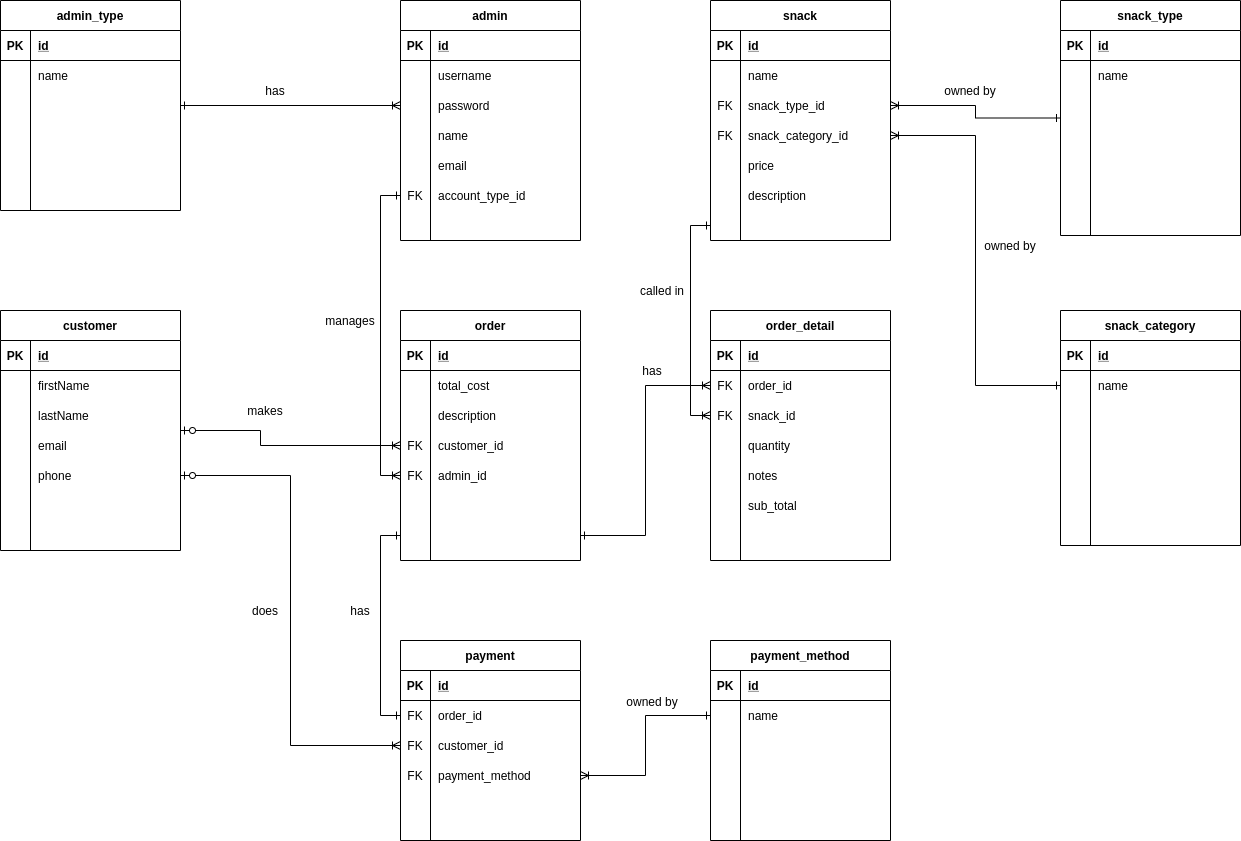
Earlier version of the draw.io export ERD Cafe.png (kevingowtama/iseng-cafe-pos). Source tidied: cells renumbered, new cells last; positions are measured from the earlier drawing's top-left corner, leaving out a move shared by most shapes.
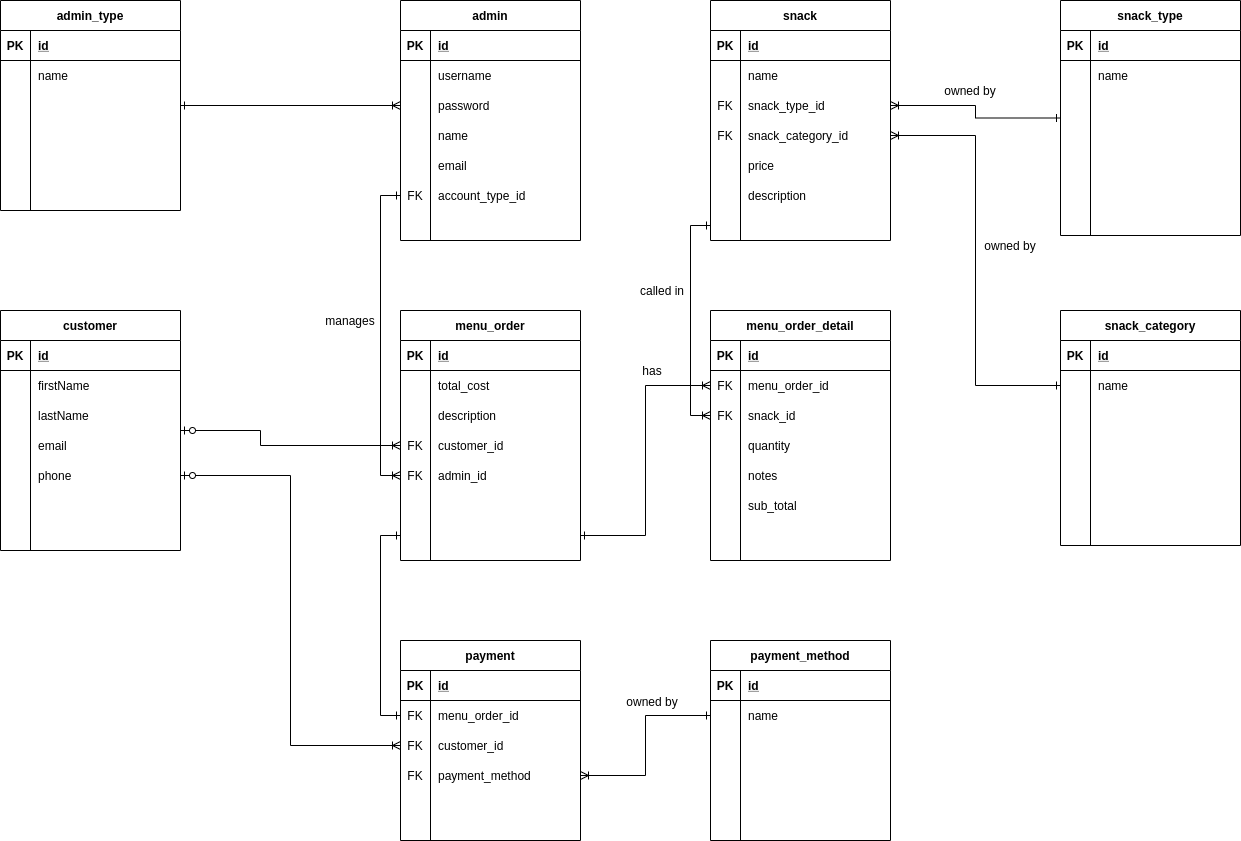
After the commit.

Change to the diagram source:
```diff
@@ -68,7 +68,7 @@
     <mxCell id="23" style="shape=partialRectangle;fillColor=none;top=0;left=0;bottom=0;right=0;align=left;spacingLeft=6;overflow=hidden;" parent="21" vertex="1">
       <mxGeometry x="30" width="150" height="30" as="geometry" />
     </mxCell>
-    <mxCell id="24" value="order" style="shape=table;startSize=30;rowLines=0;fontStyle=1;align=center;" parent="1" vertex="1">
+    <mxCell id="24" value="menu_order" style="shape=table;startSize=30;rowLines=0;fontStyle=1;align=center;" parent="1" vertex="1">
       <mxGeometry x="400" y="310" width="180" height="250" as="geometry" />
     </mxCell>
     <mxCell id="25" style="shape=partialRectangle;fillColor=none;top=0;left=0;bottom=1;right=0;" parent="24" vertex="1">
@@ -134,7 +134,7 @@
     <mxCell id="45" style="shape=partialRectangle;fillColor=none;top=0;left=0;bottom=0;right=0;align=left;spacingLeft=6;overflow=hidden;" parent="43" vertex="1">
       <mxGeometry x="30" width="150" height="30" as="geometry" />
     </mxCell>
-    <mxCell id="46" value="order_detail" style="shape=table;startSize=30;rowLines=0;fontStyle=1;align=center;" parent="1" vertex="1">
+    <mxCell id="46" value="menu_order_detail" style="shape=table;startSize=30;rowLines=0;fontStyle=1;align=center;" parent="1" vertex="1">
       <mxGeometry x="710" y="310" width="180" height="250" as="geometry" />
     </mxCell>
     <mxCell id="47" style="shape=partialRectangle;fillColor=none;top=0;left=0;bottom=1;right=0;" parent="46" vertex="1">
@@ -152,7 +152,7 @@
     <mxCell id="51" value="FK" style="shape=partialRectangle;fillColor=none;top=0;left=0;bottom=0;right=0;overflow=hidden;" parent="50" vertex="1">
       <mxGeometry width="30" height="30" as="geometry" />
     </mxCell>
-    <mxCell id="52" value="order_id" style="shape=partialRectangle;fillColor=none;top=0;left=0;bottom=0;right=0;align=left;spacingLeft=6;overflow=hidden;" parent="50" vertex="1">
+    <mxCell id="52" value="menu_order_id" style="shape=partialRectangle;fillColor=none;top=0;left=0;bottom=0;right=0;align=left;spacingLeft=6;overflow=hidden;" parent="50" vertex="1">
       <mxGeometry x="30" width="150" height="30" as="geometry" />
     </mxCell>
     <mxCell id="53" style="shape=partialRectangle;fillColor=none;top=0;left=0;bottom=0;right=0;points=[[0,0.5],[1,0.5]];portConstraint=eastwest;" parent="46" vertex="1">
@@ -451,9 +451,6 @@
     <mxCell id="149" style="shape=partialRectangle;fillColor=none;top=0;left=0;bottom=0;right=0;align=left;spacingLeft=6;overflow=hidden;" parent="147" vertex="1">
       <mxGeometry x="30" width="150" height="30" as="geometry" />
     </mxCell>
-    <mxCell id="150" value="makes" style="text;html=1;strokeColor=none;fillColor=none;align=center;verticalAlign=middle;whiteSpace=wrap;rounded=0;" parent="1" vertex="1">
-      <mxGeometry x="245" y="400" width="40" height="20" as="geometry" />
-    </mxCell>
     <mxCell id="151" style="edgeStyle=orthogonalEdgeStyle;rounded=0;jettySize=auto;html=1;startArrow=ERone;startFill=0;endArrow=ERoneToMany;endFill=0;entryX=0;entryY=0.5;entryDx=0;entryDy=0;" parent="1" edge="1" source="43" target="50">
       <mxGeometry relative="1" as="geometry" />
     </mxCell>
@@ -472,9 +469,6 @@
     <mxCell id="156" value="manages" style="text;html=1;strokeColor=none;fillColor=none;align=center;verticalAlign=middle;whiteSpace=wrap;rounded=0;" parent="1" vertex="1">
       <mxGeometry x="320" y="310" width="60" height="20" as="geometry" />
     </mxCell>
-    <mxCell id="157" value="has" style="text;html=1;strokeColor=none;fillColor=none;align=center;verticalAlign=middle;whiteSpace=wrap;rounded=0;" parent="1" vertex="1">
-      <mxGeometry x="245" y="80" width="60" height="20" as="geometry" />
-    </mxCell>
     <mxCell id="158" value="owned by" style="text;html=1;strokeColor=none;fillColor=none;align=center;verticalAlign=middle;whiteSpace=wrap;rounded=0;" parent="1" vertex="1">
       <mxGeometry x="940" y="80" width="60" height="20" as="geometry" />
     </mxCell>
@@ -496,7 +490,7 @@
     <mxCell id="164" value="FK" style="shape=partialRectangle;fillColor=none;top=0;left=0;bottom=0;right=0;overflow=hidden;" parent="163" vertex="1">
       <mxGeometry width="30" height="30" as="geometry" />
     </mxCell>
-    <mxCell id="165" value="order_id" style="shape=partialRectangle;fillColor=none;top=0;left=0;bottom=0;right=0;align=left;spacingLeft=6;overflow=hidden;" parent="163" vertex="1">
+    <mxCell id="165" value="menu_order_id" style="shape=partialRectangle;fillColor=none;top=0;left=0;bottom=0;right=0;align=left;spacingLeft=6;overflow=hidden;" parent="163" vertex="1">
       <mxGeometry x="30" width="150" height="30" as="geometry" />
     </mxCell>
     <mxCell id="166" style="shape=partialRectangle;fillColor=none;top=0;left=0;bottom=0;right=0;points=[[0,0.5],[1,0.5]];portConstraint=eastwest;" parent="159" vertex="1">
@@ -532,12 +526,6 @@
     <mxCell id="176" style="edgeStyle=orthogonalEdgeStyle;rounded=0;jettySize=auto;html=1;entryX=0;entryY=0.5;entryDx=0;entryDy=0;startArrow=ERzeroToOne;startFill=1;endArrow=ERoneToMany;endFill=0;" parent="1" edge="1" source="144" target="166">
       <mxGeometry relative="1" as="geometry" />
     </mxCell>
-    <mxCell id="177" value="does" style="text;html=1;strokeColor=none;fillColor=none;align=center;verticalAlign=middle;whiteSpace=wrap;rounded=0;" parent="1" vertex="1">
-      <mxGeometry x="245" y="600" width="40" height="20" as="geometry" />
-    </mxCell>
-    <mxCell id="178" value="has" style="text;html=1;strokeColor=none;fillColor=none;align=center;verticalAlign=middle;whiteSpace=wrap;rounded=0;" parent="1" vertex="1">
-      <mxGeometry x="340" y="600" width="40" height="20" as="geometry" />
-    </mxCell>
     <mxCell id="179" value="snack_category" style="shape=table;startSize=30;rowLines=0;fontStyle=1;align=center;" parent="1" vertex="1">
       <mxGeometry x="1060" y="310" width="180" height="235" as="geometry" />
     </mxCell>
```
